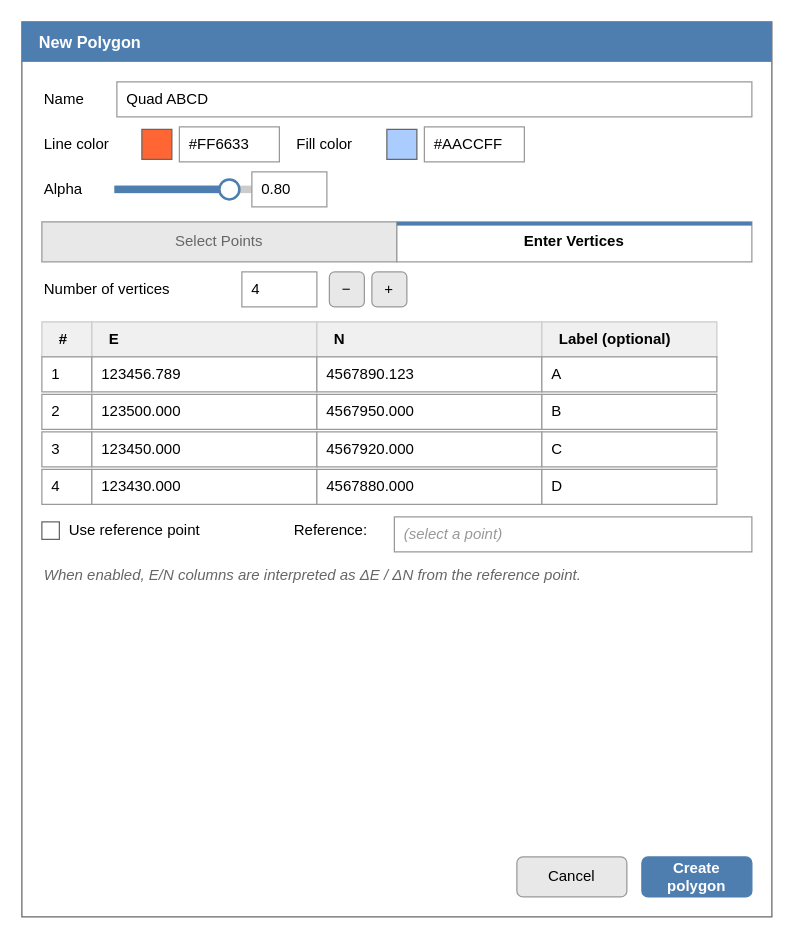
david-wies/geosketch keeps this draw.io diagram as page "Polygon — Enter Vertices" (7 of 20) of spec/design/geometry-app-ui-ux.drawio. Above is the earlier version. Source tidied: cells renumbered, new cells numbered last; positions are measured from the earlier drawing's top-left corner, leaving out a move shared by most shapes. Both pictures are drawn from the tidied source at 125%, with x=0, y=0 at pixel (21, 21).
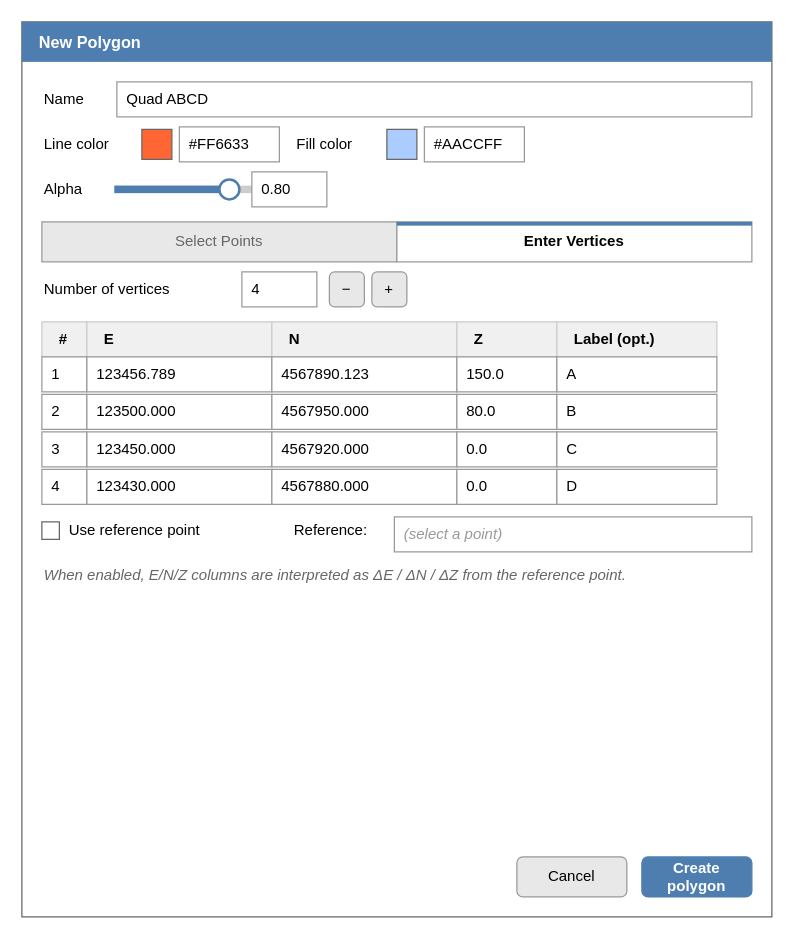
The same page after the edit.

Commit message (it also covers changes not shown here):
docs: implementation design, 3-point azimuth/elevation & reference articles (#56)

What changed in the source:
```diff
@@
     <mxCell id="24" value="#" style="rounded=0;whiteSpace=wrap;html=1;fillColor=#F0F0F0;strokeColor=#CCCCCC;align=left;verticalAlign=middle;spacingLeft=12;fontStyle=1;" parent="1" vertex="1">
-      <mxGeometry x="16" y="240" width="40" height="28" as="geometry" />
+      <mxGeometry x="16" y="240" width="36" height="28" as="geometry" />
     </mxCell>
     <mxCell id="25" value="E" style="rounded=0;whiteSpace=wrap;html=1;fillColor=#F0F0F0;strokeColor=#CCCCCC;align=left;verticalAlign=middle;spacingLeft=12;fontStyle=1;" parent="1" vertex="1">
-      <mxGeometry x="56" y="240" width="180" height="28" as="geometry" />
+      <mxGeometry x="52" y="240" width="148" height="28" as="geometry" />
     </mxCell>
     <mxCell id="26" value="N" style="rounded=0;whiteSpace=wrap;html=1;fillColor=#F0F0F0;strokeColor=#CCCCCC;align=left;verticalAlign=middle;spacingLeft=12;fontStyle=1;" parent="1" vertex="1">
-      <mxGeometry x="236" y="240" width="180" height="28" as="geometry" />
+      <mxGeometry x="200" y="240" width="148" height="28" as="geometry" />
     </mxCell>
-    <mxCell id="27" value="Label (optional)" style="rounded=0;whiteSpace=wrap;html=1;fillColor=#F0F0F0;strokeColor=#CCCCCC;align=left;verticalAlign=middle;spacingLeft=12;fontStyle=1;" parent="1" vertex="1">
-      <mxGeometry x="416" y="240" width="140" height="28" as="geometry" />
+    <mxCell id="27" value="Z" style="rounded=0;whiteSpace=wrap;html=1;fillColor=#F0F0F0;strokeColor=#CCCCCC;align=left;verticalAlign=middle;spacingLeft=12;fontStyle=1;" parent="1" vertex="1">
+      <mxGeometry x="348" y="240" width="80" height="28" as="geometry" />
     </mxCell>
-    <mxCell id="28" value="1" style="rounded=0;whiteSpace=wrap;html=1;fillColor=#FFFFFF;strokeColor=#999999;align=left;spacingLeft=6;" parent="1" vertex="1">
-      <mxGeometry x="16" y="268" width="40" height="28" as="geometry" />
+    <mxCell id="28" value="Label (opt.)" style="rounded=0;whiteSpace=wrap;html=1;fillColor=#F0F0F0;strokeColor=#CCCCCC;align=left;verticalAlign=middle;spacingLeft=12;fontStyle=1;" parent="1" vertex="1">
+      <mxGeometry x="428" y="240" width="128" height="28" as="geometry" />
     </mxCell>
-    <mxCell id="29" value="123456.789" style="rounded=0;whiteSpace=wrap;html=1;fillColor=#FFFFFF;strokeColor=#999999;align=left;spacingLeft=6;" parent="1" vertex="1">
-      <mxGeometry x="56" y="268" width="180" height="28" as="geometry" />
+    <mxCell id="29" value="1" style="rounded=0;whiteSpace=wrap;html=1;fillColor=#FFFFFF;strokeColor=#999999;align=left;spacingLeft=6;" parent="1" vertex="1">
+      <mxGeometry x="16" y="268" width="36" height="28" as="geometry" />
     </mxCell>
-    <mxCell id="30" value="4567890.123" style="rounded=0;whiteSpace=wrap;html=1;fillColor=#FFFFFF;strokeColor=#999999;align=left;spacingLeft=6;" parent="1" vertex="1">
-      <mxGeometry x="236" y="268" width="180" height="28" as="geometry" />
+    <mxCell id="30" value="123456.789" style="rounded=0;whiteSpace=wrap;html=1;fillColor=#FFFFFF;strokeColor=#999999;align=left;spacingLeft=6;" parent="1" vertex="1">
+      <mxGeometry x="52" y="268" width="148" height="28" as="geometry" />
     </mxCell>
-    <mxCell id="31" value="A" style="rounded=0;whiteSpace=wrap;html=1;fillColor=#FFFFFF;strokeColor=#999999;align=left;spacingLeft=6;" parent="1" vertex="1">
-      <mxGeometry x="416" y="268" width="140" height="28" as="geometry" />
+    <mxCell id="31" value="4567890.123" style="rounded=0;whiteSpace=wrap;html=1;fillColor=#FFFFFF;strokeColor=#999999;align=left;spacingLeft=6;" parent="1" vertex="1">
+      <mxGeometry x="200" y="268" width="148" height="28" as="geometry" />
     </mxCell>
-    <mxCell id="32" value="2" style="rounded=0;whiteSpace=wrap;html=1;fillColor=#FFFFFF;strokeColor=#999999;align=left;spacingLeft=6;" parent="1" vertex="1">
-      <mxGeometry x="16" y="298" width="40" height="28" as="geometry" />
+    <mxCell id="32" value="150.0" style="rounded=0;whiteSpace=wrap;html=1;fillColor=#FFFFFF;strokeColor=#999999;align=left;spacingLeft=6;" parent="1" vertex="1">
+      <mxGeometry x="348" y="268" width="80" height="28" as="geometry" />
     </mxCell>
-    <mxCell id="33" value="123500.000" style="rounded=0;whiteSpace=wrap;html=1;fillColor=#FFFFFF;strokeColor=#999999;align=left;spacingLeft=6;" parent="1" vertex="1">
-      <mxGeometry x="56" y="298" width="180" height="28" as="geometry" />
+    <mxCell id="33" value="A" style="rounded=0;whiteSpace=wrap;html=1;fillColor=#FFFFFF;strokeColor=#999999;align=left;spacingLeft=6;" parent="1" vertex="1">
+      <mxGeometry x="428" y="268" width="128" height="28" as="geometry" />
     </mxCell>
-    <mxCell id="34" value="4567950.000" style="rounded=0;whiteSpace=wrap;html=1;fillColor=#FFFFFF;strokeColor=#999999;align=left;spacingLeft=6;" parent="1" vertex="1">
-      <mxGeometry x="236" y="298" width="180" height="28" as="geometry" />
+    <mxCell id="34" value="2" style="rounded=0;whiteSpace=wrap;html=1;fillColor=#FFFFFF;strokeColor=#999999;align=left;spacingLeft=6;" parent="1" vertex="1">
+      <mxGeometry x="16" y="298" width="36" height="28" as="geometry" />
     </mxCell>
-    <mxCell id="35" value="B" style="rounded=0;whiteSpace=wrap;html=1;fillColor=#FFFFFF;strokeColor=#999999;align=left;spacingLeft=6;" parent="1" vertex="1">
-      <mxGeometry x="416" y="298" width="140" height="28" as="geometry" />
+    <mxCell id="35" value="123500.000" style="rounded=0;whiteSpace=wrap;html=1;fillColor=#FFFFFF;strokeColor=#999999;align=left;spacingLeft=6;" parent="1" vertex="1">
+      <mxGeometry x="52" y="298" width="148" height="28" as="geometry" />
     </mxCell>
-    <mxCell id="36" value="3" style="rounded=0;whiteSpace=wrap;html=1;fillColor=#FFFFFF;strokeColor=#999999;align=left;spacingLeft=6;" parent="1" vertex="1">
-      <mxGeometry x="16" y="328" width="40" height="28" as="geometry" />
+    <mxCell id="36" value="4567950.000" style="rounded=0;whiteSpace=wrap;html=1;fillColor=#FFFFFF;strokeColor=#999999;align=left;spacingLeft=6;" parent="1" vertex="1">
+      <mxGeometry x="200" y="298" width="148" height="28" as="geometry" />
     </mxCell>
-    <mxCell id="37" value="123450.000" style="rounded=0;whiteSpace=wrap;html=1;fillColor=#FFFFFF;strokeColor=#999999;align=left;spacingLeft=6;" parent="1" vertex="1">
-      <mxGeometry x="56" y="328" width="180" height="28" as="geometry" />
+    <mxCell id="37" value="80.0" style="rounded=0;whiteSpace=wrap;html=1;fillColor=#FFFFFF;strokeColor=#999999;align=left;spacingLeft=6;" parent="1" vertex="1">
+      <mxGeometry x="348" y="298" width="80" height="28" as="geometry" />
     </mxCell>
-    <mxCell id="38" value="4567920.000" style="rounded=0;whiteSpace=wrap;html=1;fillColor=#FFFFFF;strokeColor=#999999;align=left;spacingLeft=6;" parent="1" vertex="1">
-      <mxGeometry x="236" y="328" width="180" height="28" as="geometry" />
+    <mxCell id="38" value="B" style="rounded=0;whiteSpace=wrap;html=1;fillColor=#FFFFFF;strokeColor=#999999;align=left;spacingLeft=6;" parent="1" vertex="1">
+      <mxGeometry x="428" y="298" width="128" height="28" as="geometry" />
     </mxCell>
-    <mxCell id="39" value="C" style="rounded=0;whiteSpace=wrap;html=1;fillColor=#FFFFFF;strokeColor=#999999;align=left;spacingLeft=6;" parent="1" vertex="1">
-      <mxGeometry x="416" y="328" width="140" height="28" as="geometry" />
+    <mxCell id="39" value="3" style="rounded=0;whiteSpace=wrap;html=1;fillColor=#FFFFFF;strokeColor=#999999;align=left;spacingLeft=6;" parent="1" vertex="1">
+      <mxGeometry x="16" y="328" width="36" height="28" as="geometry" />
     </mxCell>
-    <mxCell id="40" value="4" style="rounded=0;whiteSpace=wrap;html=1;fillColor=#FFFFFF;strokeColor=#999999;align=left;spacingLeft=6;" parent="1" vertex="1">
-      <mxGeometry x="16" y="358" width="40" height="28" as="geometry" />
+    <mxCell id="40" value="123450.000" style="rounded=0;whiteSpace=wrap;html=1;fillColor=#FFFFFF;strokeColor=#999999;align=left;spacingLeft=6;" parent="1" vertex="1">
+      <mxGeometry x="52" y="328" width="148" height="28" as="geometry" />
     </mxCell>
-    <mxCell id="41" value="123430.000" style="rounded=0;whiteSpace=wrap;html=1;fillColor=#FFFFFF;strokeColor=#999999;align=left;spacingLeft=6;" parent="1" vertex="1">
-      <mxGeometry x="56" y="358" width="180" height="28" as="geometry" />
+    <mxCell id="41" value="4567920.000" style="rounded=0;whiteSpace=wrap;html=1;fillColor=#FFFFFF;strokeColor=#999999;align=left;spacingLeft=6;" parent="1" vertex="1">
+      <mxGeometry x="200" y="328" width="148" height="28" as="geometry" />
     </mxCell>
-    <mxCell id="42" value="4567880.000" style="rounded=0;whiteSpace=wrap;html=1;fillColor=#FFFFFF;strokeColor=#999999;align=left;spacingLeft=6;" parent="1" vertex="1">
-      <mxGeometry x="236" y="358" width="180" height="28" as="geometry" />
+    <mxCell id="42" value="0.0" style="rounded=0;whiteSpace=wrap;html=1;fillColor=#FFFFFF;strokeColor=#999999;align=left;spacingLeft=6;" parent="1" vertex="1">
+      <mxGeometry x="348" y="328" width="80" height="28" as="geometry" />
     </mxCell>
-    <mxCell id="43" value="D" style="rounded=0;whiteSpace=wrap;html=1;fillColor=#FFFFFF;strokeColor=#999999;align=left;spacingLeft=6;" parent="1" vertex="1">
-      <mxGeometry x="416" y="358" width="140" height="28" as="geometry" />
+    <mxCell id="43" value="C" style="rounded=0;whiteSpace=wrap;html=1;fillColor=#FFFFFF;strokeColor=#999999;align=left;spacingLeft=6;" parent="1" vertex="1">
+      <mxGeometry x="428" y="328" width="128" height="28" as="geometry" />
     </mxCell>
-    <mxCell id="44" style="rounded=0;fillColor=#FFFFFF;strokeColor=#666666;" parent="1" vertex="1">
-      <mxGeometry x="16" y="400" width="14" height="14" as="geometry" />
+    <mxCell id="44" value="4" style="rounded=0;whiteSpace=wrap;html=1;fillColor=#FFFFFF;strokeColor=#999999;align=left;spacingLeft=6;" parent="1" vertex="1">
+      <mxGeometry x="16" y="358" width="36" height="28" as="geometry" />
     </mxCell>
-    <mxCell id="45" value="Use reference point" style="text;html=1;align=left;verticalAlign=middle;" parent="1" vertex="1">
-      <mxGeometry x="36" y="396" width="160" height="22" as="geometry" />
+    <mxCell id="45" value="123430.000" style="rounded=0;whiteSpace=wrap;html=1;fillColor=#FFFFFF;strokeColor=#999999;align=left;spacingLeft=6;" parent="1" vertex="1">
+      <mxGeometry x="52" y="358" width="148" height="28" as="geometry" />
     </mxCell>
-    <mxCell id="46" value="Reference:" style="text;html=1;align=left;verticalAlign=middle;" parent="1" vertex="1">
-      <mxGeometry x="216" y="396" width="80" height="22" as="geometry" />
+    <mxCell id="46" value="4567880.000" style="rounded=0;whiteSpace=wrap;html=1;fillColor=#FFFFFF;strokeColor=#999999;align=left;spacingLeft=6;" parent="1" vertex="1">
+      <mxGeometry x="200" y="358" width="148" height="28" as="geometry" />
     </mxCell>
-    <mxCell id="47" value="(select a point)" style="rounded=0;whiteSpace=wrap;html=1;fillColor=#FFFFFF;strokeColor=#999999;align=left;spacingLeft=6;fontColor=#999999;fontStyle=2;" parent="1" vertex="1">
-      <mxGeometry x="298" y="396" width="286" height="28" as="geometry" />
+    <mxCell id="47" value="0.0" style="rounded=0;whiteSpace=wrap;html=1;fillColor=#FFFFFF;strokeColor=#999999;align=left;spacingLeft=6;" parent="1" vertex="1">
+      <mxGeometry x="348" y="358" width="80" height="28" as="geometry" />
     </mxCell>
-    <mxCell id="48" value="When enabled, E/N columns are interpreted as ΔE / ΔN from the reference point." style="text;html=1;align=left;verticalAlign=middle;fontColor=#666666;fontStyle=2;" parent="1" vertex="1">
-      <mxGeometry x="16" y="432" width="568" height="22" as="geometry" />
+    <mxCell id="48" value="D" style="rounded=0;whiteSpace=wrap;html=1;fillColor=#FFFFFF;strokeColor=#999999;align=left;spacingLeft=6;" parent="1" vertex="1">
+      <mxGeometry x="428" y="358" width="128" height="28" as="geometry" />
     </mxCell>
-    <mxCell id="49" value="Cancel" style="rounded=1;whiteSpace=wrap;html=1;fillColor=#E8E8E8;strokeColor=#999999;align=center;" parent="1" vertex="1">
-      <mxGeometry x="396" y="668" width="88" height="32" as="geometry" />
+    <mxCell id="49" style="rounded=0;fillColor=#FFFFFF;strokeColor=#666666;" parent="1" vertex="1">
+      <mxGeometry x="16" y="400" width="14" height="14" as="geometry" />
     </mxCell>
-    <mxCell id="50" value="Create polygon" style="rounded=1;whiteSpace=wrap;html=1;fillColor=#4D7EAF;strokeColor=#4D7EAF;fontColor=#FFFFFF;fontStyle=1;align=center;" parent="1" vertex="1">
-      <mxGeometry x="496" y="668" width="88" height="32" as="geometry" />
+    <mxCell id="50" value="Use reference point" style="text;html=1;align=left;verticalAlign=middle;" parent="1" vertex="1">
+      <mxGeometry x="36" y="396" width="160" height="22" as="geometry" />
     </mxCell>
+    <mxCell id="51" value="Reference:" style="text;html=1;align=left;verticalAlign=middle;" parent="1" vertex="1">
+      <mxGeometry x="216" y="396" width="80" height="22" as="geometry" />
+    </mxCell>
+    <mxCell id="52" value="(select a point)" style="rounded=0;whiteSpace=wrap;html=1;fillColor=#FFFFFF;strokeColor=#999999;align=left;spacingLeft=6;fontColor=#999999;fontStyle=2;" parent="1" vertex="1">
+      <mxGeometry x="298" y="396" width="286" height="28" as="geometry" />
+    </mxCell>
+    <mxCell id="53" value="When enabled, E/N/Z columns are interpreted as ΔE / ΔN / ΔZ from the reference point." style="text;html=1;align=left;verticalAlign=middle;fontColor=#666666;fontStyle=2;" parent="1" vertex="1">
+      <mxGeometry x="16" y="432" width="568" height="22" as="geometry" />
+    </mxCell>
+    <mxCell id="54" value="Cancel" style="rounded=1;whiteSpace=wrap;html=1;fillColor=#E8E8E8;strokeColor=#999999;align=center;" parent="1" vertex="1">
+      <mxGeometry x="396" y="668" width="88" height="32" as="geometry" />
+    </mxCell>
+    <mxCell id="55" value="Create polygon" style="rounded=1;whiteSpace=wrap;html=1;fillColor=#4D7EAF;strokeColor=#4D7EAF;fontColor=#FFFFFF;fontStyle=1;align=center;" parent="1" vertex="1">
+      <mxGeometry x="496" y="668" width="88" height="32" as="geometry" />
+    </mxCell>
```
